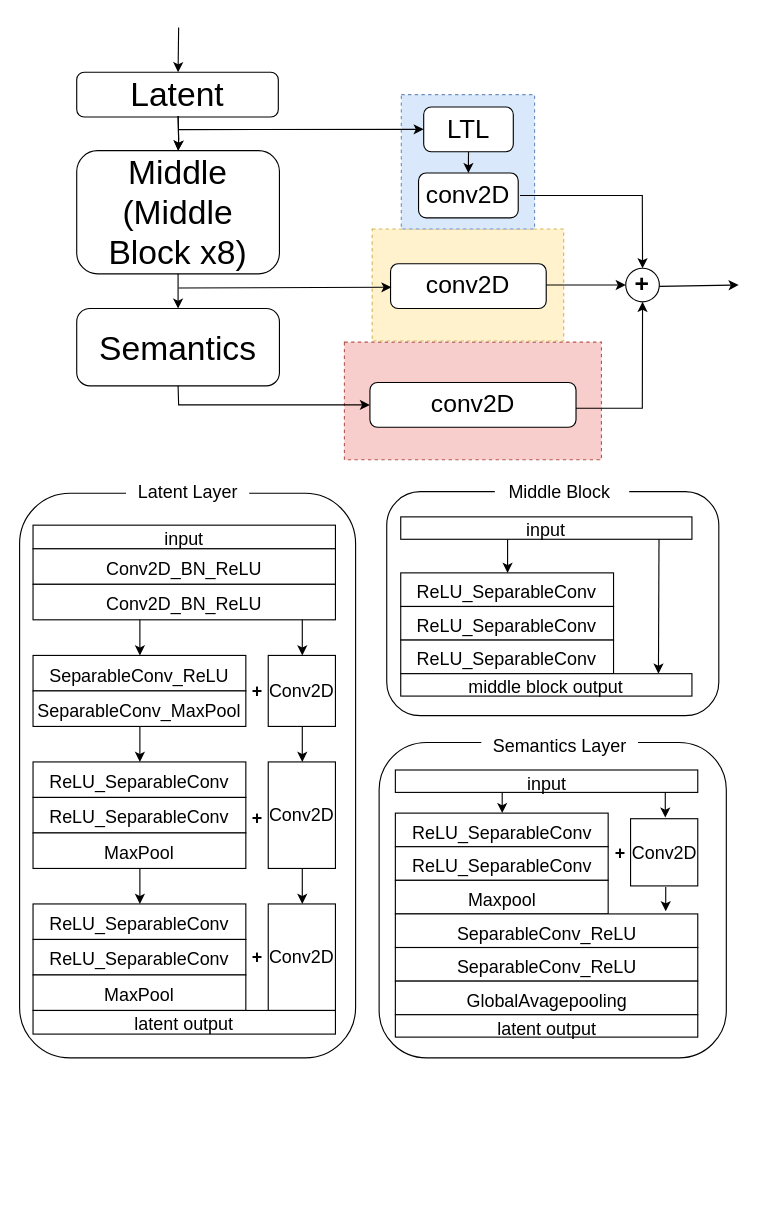
Above: model_arch.drawio in Dshdarkness/Timporal_is_all_U_need (draw.io), before the change. Source tidied: cells renumbered, new cells numbered last; positions are measured from the earlier drawing's top-left corner, leaving out a move shared by most shapes. Both pictures are drawn from the tidied source at 112%, with x=0, y=0 at pixel (19, 27).
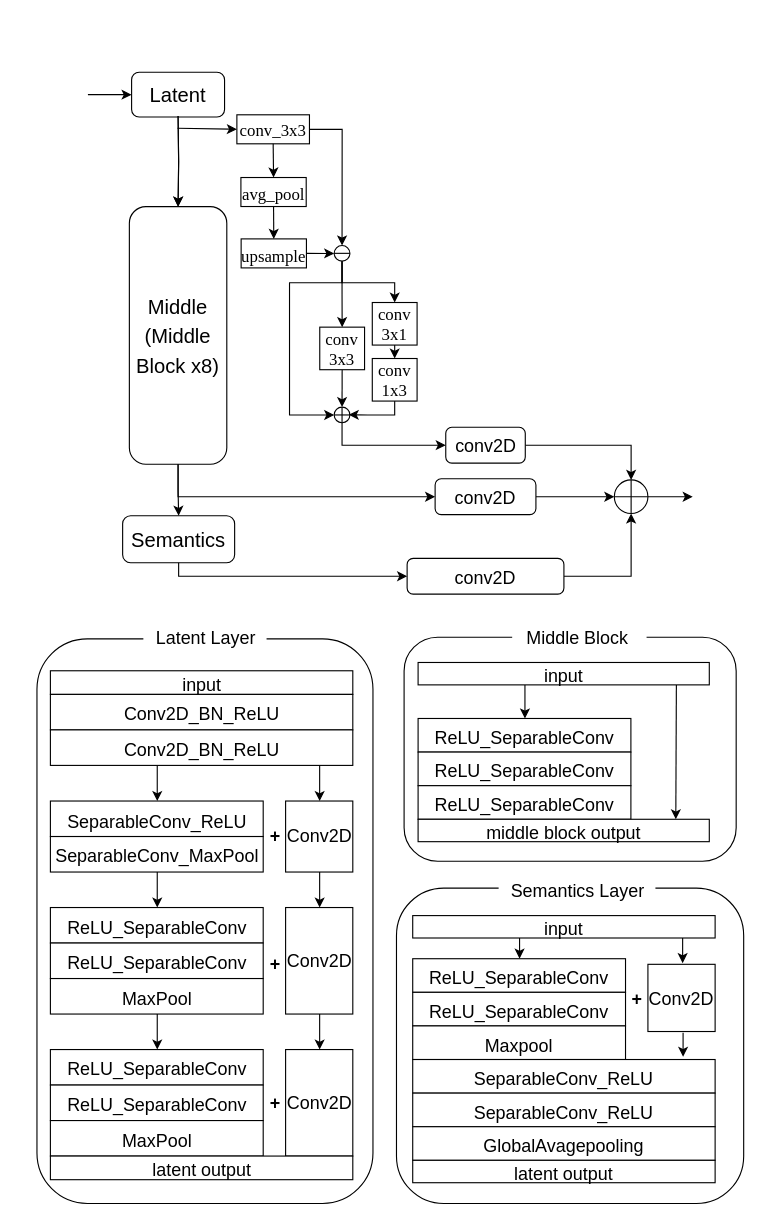
The same page after the edit.

Diff of the diagram source:
```diff
@@
-    <mxCell id="2" style="rounded=0;whiteSpace=wrap;html=1;fontSize=20;fillColor=#f8cecc;dashed=1;strokeColor=#b85450;" parent="1" vertex="1">
-      <mxGeometry x="290" y="281" width="229.5" height="105" as="geometry" />
-    </mxCell>
-    <mxCell id="3" style="rounded=0;whiteSpace=wrap;html=1;fontSize=20;fillColor=#fff2cc;dashed=1;strokeColor=#d6b656;" parent="1" vertex="1">
-      <mxGeometry x="314.8" y="180" width="171" height="100" as="geometry" />
-    </mxCell>
-    <mxCell id="4" style="rounded=0;whiteSpace=wrap;html=1;fontSize=20;fillColor=#dae8fc;dashed=1;strokeColor=#6c8ebf;" parent="1" vertex="1">
-      <mxGeometry x="340.8" y="60" width="119" height="120" as="geometry" />
-    </mxCell>
+    <mxCell id="78" style="edgeStyle=orthogonalEdgeStyle;rounded=0;jettySize=auto;html=1;exitX=0.5;exitY=1;exitDx=0;exitDy=0;entryX=0.5;entryY=0;entryDx=0;entryDy=0;fontSize=28;" parent="1" edge="1" source="80" target="95">
+      <mxGeometry relative="1" as="geometry">
+        <Array as="points">
+          <mxPoint x="288" y="228" />
+          <mxPoint x="335" y="228" />
+        </Array>
+      </mxGeometry>
+    </mxCell>
+    <mxCell id="79" style="edgeStyle=orthogonalEdgeStyle;rounded=0;jettySize=auto;html=1;exitX=0.5;exitY=1;exitDx=0;exitDy=0;entryX=0;entryY=0.5;entryDx=0;entryDy=0;fontSize=28;" parent="1" edge="1" source="80" target="101">
+      <mxGeometry relative="1" as="geometry">
+        <Array as="points">
+          <mxPoint x="288" y="228" />
+          <mxPoint x="241" y="228" />
+          <mxPoint x="241" y="346" />
+        </Array>
+      </mxGeometry>
+    </mxCell>
+    <mxCell id="80" style="ellipse;whiteSpace=wrap;html=1;labelBackgroundColor=none;fontFamily=Times New Roman;fontSize=20;fillColor=none;gradientColor=none;" parent="1" vertex="1">
+      <mxGeometry x="280.9" y="194.7" width="14" height="14" as="geometry" />
+    </mxCell>
+    <mxCell id="81" style="endArrow=classic;html=1;rounded=0;fontFamily=Times New Roman;fontSize=20;exitX=1;exitY=0.5;exitDx=0;exitDy=0;entryX=0.5;entryY=0;entryDx=0;entryDy=0;" parent="1" edge="1" target="80">
+      <mxGeometry relative="1" as="geometry">
+        <mxPoint x="253.8" y="91" as="sourcePoint" />
+        <Array as="points">
+          <mxPoint x="288" y="91" />
+        </Array>
+      </mxGeometry>
+    </mxCell>
@@
+    <mxCell id="9" style="edgeStyle=orthogonalEdgeStyle;rounded=0;jettySize=auto;html=1;exitX=0.5;exitY=1;exitDx=0;exitDy=0;entryX=0.5;entryY=0;entryDx=0;entryDy=0;fontSize=20;" parent="1" edge="1" source="7" target="8">
+      <mxGeometry relative="1" as="geometry" />
+    </mxCell>
+    <mxCell id="82" style="edgeStyle=orthogonalEdgeStyle;rounded=0;jettySize=auto;html=1;exitX=0.5;exitY=1;exitDx=0;exitDy=0;entryX=0;entryY=0.5;entryDx=0;entryDy=0;fontSize=16;" parent="1" edge="1" source="7" target="13">
+      <mxGeometry relative="1" as="geometry" />
+    </mxCell>
-    <mxCell id="7" value="&lt;font style=&quot;font-size: 30px;&quot;&gt;&lt;span style=&quot;&quot;&gt;Middle&lt;/span&gt;&lt;br&gt;&lt;font style=&quot;font-size: 30px;&quot;&gt;(Middle Block x8)&lt;/font&gt;&lt;br&gt;&lt;/font&gt;" style="rounded=1;whiteSpace=wrap;html=1;fontSize=22;strokeColor=default;fillColor=none;arcSize=17;" parent="1" vertex="1">
-      <mxGeometry x="51" y="110" width="181" height="110" as="geometry" />
+    <mxCell id="7" value="&lt;font style=&quot;font-size: 18px;&quot;&gt;&lt;span style=&quot;&quot;&gt;Middle&lt;/span&gt;&lt;br&gt;&lt;font style=&quot;font-size: 18px;&quot;&gt;(Middle Block x8)&lt;/font&gt;&lt;br&gt;&lt;/font&gt;" style="rounded=1;whiteSpace=wrap;html=1;fontSize=22;strokeColor=default;fillColor=none;arcSize=17;" parent="1" vertex="1">
+      <mxGeometry x="98" y="160" width="87" height="230" as="geometry" />
     </mxCell>
+    <mxCell id="70" style="edgeStyle=orthogonalEdgeStyle;rounded=0;jettySize=auto;html=1;exitX=0.5;exitY=1;exitDx=0;exitDy=0;entryX=0;entryY=0.5;entryDx=0;entryDy=0;fontSize=16;" parent="1" edge="1" source="8" target="14">
+      <mxGeometry relative="1" as="geometry">
+        <Array as="points">
+          <mxPoint x="142" y="490" />
+        </Array>
+      </mxGeometry>
+    </mxCell>
-    <mxCell id="8" value="&lt;font style=&quot;font-size: 30px;&quot;&gt;Semantics&lt;/font&gt;" style="rounded=1;whiteSpace=wrap;html=1;fontSize=22;strokeColor=default;fillColor=none;arcSize=17;" parent="1" vertex="1">
-      <mxGeometry x="51" y="251" width="181" height="69" as="geometry" />
+    <mxCell id="8" value="&lt;font style=&quot;font-size: 18px;&quot;&gt;Semantics&lt;/font&gt;" style="rounded=1;whiteSpace=wrap;html=1;fontSize=22;strokeColor=default;fillColor=none;arcSize=17;" parent="1" vertex="1">
+      <mxGeometry x="92" y="436" width="100" height="42" as="geometry" />
     </mxCell>
-    <mxCell id="9" style="endArrow=classic;html=1;rounded=0;fontSize=20;exitX=0.5;exitY=1;exitDx=0;exitDy=0;entryX=0.5;entryY=0;entryDx=0;entryDy=0;" parent="1" edge="1" source="7" target="8">
-      <mxGeometry relative="1" as="geometry" />
-    </mxCell>
-    <mxCell id="10" value="&lt;font style=&quot;font-size: 23px;&quot;&gt;LTL&lt;/font&gt;" style="rounded=1;whiteSpace=wrap;html=1;fontSize=22;strokeColor=default;fillColor=white;arcSize=17;" parent="1" vertex="1">
-      <mxGeometry x="360.8" y="71" width="80" height="40" as="geometry" />
-    </mxCell>
+    <mxCell id="83" style="edgeStyle=orthogonalEdgeStyle;rounded=0;jettySize=auto;html=1;exitX=1;exitY=0.5;exitDx=0;exitDy=0;entryX=0.5;entryY=0;entryDx=0;entryDy=0;fontSize=16;" parent="1" edge="1" source="11" target="105">
+      <mxGeometry relative="1" as="geometry" />
+    </mxCell>
-    <mxCell id="11" value="&lt;font style=&quot;font-size: 22px;&quot;&gt;conv2D&lt;/font&gt;" style="rounded=1;whiteSpace=wrap;html=1;fontSize=22;strokeColor=default;fillColor=white;arcSize=17;" parent="1" vertex="1">
-      <mxGeometry x="356.2" y="130" width="89" height="40" as="geometry" />
+    <mxCell id="11" value="&lt;font style=&quot;font-size: 16px;&quot;&gt;conv2D&lt;/font&gt;" style="rounded=1;whiteSpace=wrap;html=1;fontSize=22;strokeColor=default;fillColor=white;arcSize=17;" parent="1" vertex="1">
+      <mxGeometry x="380.5" y="357" width="71" height="32" as="geometry" />
     </mxCell>
-    <mxCell id="12" style="endArrow=classic;html=1;rounded=0;fontSize=20;entryX=0.5;entryY=0;entryDx=0;entryDy=0;" parent="1" edge="1" target="11">
-      <mxGeometry relative="1" as="geometry">
-        <mxPoint x="400.8" y="111" as="sourcePoint" />
-      </mxGeometry>
-    </mxCell>
+    <mxCell id="84" style="edgeStyle=orthogonalEdgeStyle;rounded=0;jettySize=auto;html=1;exitX=1;exitY=0.5;exitDx=0;exitDy=0;entryX=0;entryY=0.5;entryDx=0;entryDy=0;fontSize=16;" parent="1" edge="1" source="13" target="105">
+      <mxGeometry relative="1" as="geometry" />
+    </mxCell>
-    <mxCell id="13" value="&lt;font style=&quot;font-size: 22px;&quot;&gt;conv2D&lt;/font&gt;" style="rounded=1;whiteSpace=wrap;html=1;fontSize=22;strokeColor=default;fillColor=white;arcSize=17;" parent="1" vertex="1">
-      <mxGeometry x="331.2" y="211" width="139" height="40" as="geometry" />
+    <mxCell id="13" value="&lt;font style=&quot;font-size: 16px;&quot;&gt;conv2D&lt;/font&gt;" style="rounded=1;whiteSpace=wrap;html=1;fontSize=22;strokeColor=default;fillColor=white;arcSize=17;align=center;" parent="1" vertex="1">
+      <mxGeometry x="371" y="403" width="90" height="32" as="geometry" />
     </mxCell>
+    <mxCell id="85" style="edgeStyle=orthogonalEdgeStyle;rounded=0;jettySize=auto;html=1;exitX=1;exitY=0.5;exitDx=0;exitDy=0;entryX=0.5;entryY=1;entryDx=0;entryDy=0;fontSize=16;" parent="1" edge="1" source="14" target="105">
+      <mxGeometry relative="1" as="geometry" />
+    </mxCell>
-    <mxCell id="14" value="&lt;font style=&quot;font-size: 22px;&quot;&gt;conv2D&lt;/font&gt;" style="rounded=1;whiteSpace=wrap;html=1;fontSize=22;strokeColor=default;fillColor=white;arcSize=17;" parent="1" vertex="1">
-      <mxGeometry x="312.8" y="317" width="184" height="40" as="geometry" />
+    <mxCell id="14" value="&lt;font style=&quot;font-size: 16px;&quot;&gt;conv2D&lt;/font&gt;" style="rounded=1;whiteSpace=wrap;html=1;fontSize=22;strokeColor=default;fillColor=white;arcSize=17;" parent="1" vertex="1">
+      <mxGeometry x="346" y="474" width="140" height="32" as="geometry" />
     </mxCell>
+    <mxCell id="71" style="endArrow=classic;html=1;rounded=0;fontSize=22;entryX=0;entryY=0.5;entryDx=0;entryDy=0;" parent="1" edge="1" target="77">
+      <mxGeometry relative="1" as="geometry">
+        <mxPoint x="61" y="60" as="sourcePoint" />
+      </mxGeometry>
+    </mxCell>
+    <mxCell id="77" value="&lt;font style=&quot;font-size: 18px;&quot;&gt;Latent&lt;/font&gt;" style="rounded=1;whiteSpace=wrap;html=1;fontSize=22;strokeColor=default;fillColor=none;arcSize=17;" parent="1" vertex="1">
+      <mxGeometry x="100" y="40" width="83" height="40" as="geometry" />
+    </mxCell>
+    <mxCell id="86" style="group;" parent="1" vertex="1">
+      <mxGeometry x="15.5" y="530" width="631" height="520" as="geometry" />
+    </mxCell>
-    <mxCell id="15" style="group;" parent="1" vertex="1">
-      <mxGeometry y="400" width="300" height="520" as="geometry" />
+    <mxCell id="15" style="group;" parent="86" vertex="1">
+      <mxGeometry width="300" height="520" as="geometry" />
     </mxCell>
@@
-    <mxCell id="42" style="group;" parent="1" vertex="1">
-      <mxGeometry x="327.8" y="400" width="296.5" height="214.5" as="geometry" />
+    <mxCell id="42" style="group;" parent="86" vertex="1">
+      <mxGeometry x="327.8" width="296.5" height="214.5" as="geometry" />
     </mxCell>
@@
-    <mxCell id="52" style="group;" parent="1" vertex="1">
-      <mxGeometry x="321" y="626" width="310" height="294" as="geometry" />
+    <mxCell id="52" style="group;" parent="86" vertex="1">
+      <mxGeometry x="321" y="226" width="310" height="294" as="geometry" />
     </mxCell>
@@
-    <mxCell id="68" style="endArrow=classic;html=1;rounded=0;fontSize=30;entryX=0;entryY=0.5;entryDx=0;entryDy=0;" parent="1" edge="1" target="10">
-      <mxGeometry relative="1" as="geometry">
-        <mxPoint x="142" y="91.2" as="sourcePoint" />
-      </mxGeometry>
-    </mxCell>
-    <mxCell id="69" style="endArrow=classic;html=1;rounded=0;fontSize=30;" parent="1" edge="1">
-      <mxGeometry relative="1" as="geometry">
-        <mxPoint x="142" y="232.6" as="sourcePoint" />
-        <mxPoint x="332" y="232" as="targetPoint" />
-      </mxGeometry>
-    </mxCell>
-    <mxCell id="70" style="endArrow=classic;html=1;rounded=0;fontSize=30;exitX=0.5;exitY=1;exitDx=0;exitDy=0;entryX=0;entryY=0.5;entryDx=0;entryDy=0;" parent="1" edge="1" source="8" target="14">
-      <mxGeometry relative="1" as="geometry">
-        <Array as="points">
-          <mxPoint x="142" y="337" />
-        </Array>
-      </mxGeometry>
-    </mxCell>
-    <mxCell id="71" style="endArrow=classic;html=1;rounded=0;fontSize=22;entryX=0.5;entryY=0;entryDx=0;entryDy=0;" parent="1" edge="1">
-      <mxGeometry relative="1" as="geometry">
-        <mxPoint x="142" as="sourcePoint" />
-        <mxPoint x="141.5" y="40" as="targetPoint" />
-      </mxGeometry>
-    </mxCell>
-    <mxCell id="72" style="endArrow=classic;html=1;rounded=0;fontSize=22;entryX=0.5;entryY=0;entryDx=0;entryDy=0;" parent="1" edge="1" target="74">
-      <mxGeometry relative="1" as="geometry">
-        <mxPoint x="446.8" y="150" as="sourcePoint" />
-        <Array as="points">
-          <mxPoint x="556" y="150" />
-        </Array>
-      </mxGeometry>
-    </mxCell>
-    <mxCell id="73" style="endArrow=classic;html=1;rounded=0;fontSize=22;entryX=0;entryY=0.5;entryDx=0;entryDy=0;" parent="1" edge="1" target="74">
-      <mxGeometry relative="1" as="geometry">
-        <mxPoint x="470.2" y="230" as="sourcePoint" />
-      </mxGeometry>
-    </mxCell>
-    <mxCell id="74" value="&lt;b&gt;+&lt;/b&gt;" style="ellipse;whiteSpace=wrap;html=1;fontSize=22;fillColor=none;strokeColor=default;" parent="1" vertex="1">
-      <mxGeometry x="541.2" y="215" width="30" height="30" as="geometry" />
-    </mxCell>
-    <mxCell id="75" style="endArrow=classic;html=1;rounded=0;fontSize=22;entryX=0.5;entryY=1;entryDx=0;entryDy=0;" parent="1" edge="1" target="74">
-      <mxGeometry relative="1" as="geometry">
-        <mxPoint x="496.8" y="340" as="sourcePoint" />
-        <Array as="points">
-          <mxPoint x="556" y="340" />
-        </Array>
-      </mxGeometry>
-    </mxCell>
-    <mxCell id="76" style="endArrow=classic;html=1;rounded=0;fontSize=22;" parent="1" edge="1">
-      <mxGeometry relative="1" as="geometry">
-        <mxPoint x="571.2" y="231.2" as="sourcePoint" />
-        <mxPoint x="642" y="230" as="targetPoint" />
-      </mxGeometry>
-    </mxCell>
-    <mxCell id="77" value="&lt;span style=&quot;font-size: 30px;&quot;&gt;Latent&lt;/span&gt;" style="rounded=1;whiteSpace=wrap;html=1;fontSize=22;strokeColor=default;fillColor=none;arcSize=17;" parent="1" vertex="1">
-      <mxGeometry x="51" y="40" width="180" height="40" as="geometry" />
-    </mxCell>
+    <mxCell id="87" value="&lt;font style=&quot;&quot; face=&quot;Times New Roman&quot;&gt;&lt;font style=&quot;font-size: 15px;&quot;&gt;conv_3x3&lt;/font&gt;&lt;br&gt;&lt;/font&gt;" style="rounded=0;whiteSpace=wrap;html=1;" parent="1" vertex="1">
+      <mxGeometry x="194" y="78" width="64.8" height="25.9" as="geometry" />
+    </mxCell>
+    <mxCell id="88" style="endArrow=classic;html=1;rounded=0;entryX=0.5;entryY=0;entryDx=0;entryDy=0;exitX=0.5;exitY=1;exitDx=0;exitDy=0;" parent="1" edge="1" source="87" target="90">
+      <mxGeometry relative="1" as="geometry" />
+    </mxCell>
+    <mxCell id="89" style="edgeStyle=orthogonalEdgeStyle;rounded=0;jettySize=auto;html=1;exitX=0.5;exitY=1;exitDx=0;exitDy=0;entryX=0.5;entryY=0;entryDx=0;entryDy=0;fontSize=28;" parent="1" edge="1" source="90" target="92">
+      <mxGeometry relative="1" as="geometry" />
+    </mxCell>
+    <mxCell id="90" value="&lt;font style=&quot;font-size: 15px;&quot;&gt;avg_pool&lt;/font&gt;" style="rounded=0;whiteSpace=wrap;html=1;fontFamily=Times New Roman;fontSize=20;" parent="1" vertex="1">
+      <mxGeometry x="197.6" y="134" width="58.3" height="25.9" as="geometry" />
+    </mxCell>
+    <mxCell id="91" style="edgeStyle=orthogonalEdgeStyle;rounded=0;jettySize=auto;html=1;exitX=1;exitY=0.5;exitDx=0;exitDy=0;entryX=0;entryY=0.5;entryDx=0;entryDy=0;fontSize=15;" parent="1" edge="1" source="92" target="80">
+      <mxGeometry relative="1" as="geometry" />
+    </mxCell>
+    <mxCell id="92" value="&lt;font style=&quot;font-size: 15px;&quot;&gt;upsample&lt;/font&gt;" style="rounded=0;whiteSpace=wrap;html=1;fontFamily=Times New Roman;fontSize=20;" parent="1" vertex="1">
+      <mxGeometry x="197.8" y="188.8" width="58.3" height="25.9" as="geometry" />
+    </mxCell>
+    <mxCell id="93" style="edgeStyle=orthogonalEdgeStyle;rounded=0;jettySize=auto;html=1;exitX=0.5;exitY=1;exitDx=0;exitDy=0;entryX=0.5;entryY=0;entryDx=0;entryDy=0;fontSize=15;" parent="1" edge="1" source="80" target="99">
+      <mxGeometry relative="1" as="geometry" />
+    </mxCell>
+    <mxCell id="94" style="edgeStyle=orthogonalEdgeStyle;rounded=0;jettySize=auto;html=1;exitX=0.5;exitY=1;exitDx=0;exitDy=0;entryX=0.5;entryY=0;entryDx=0;entryDy=0;fontSize=15;" parent="1" edge="1" source="95" target="97">
+      <mxGeometry relative="1" as="geometry" />
+    </mxCell>
+    <mxCell id="95" value="&lt;font style=&quot;&quot; face=&quot;Times New Roman&quot;&gt;&lt;font style=&quot;font-size: 15px;&quot;&gt;conv&lt;br&gt;3x1&lt;/font&gt;&lt;br&gt;&lt;/font&gt;" style="rounded=0;whiteSpace=wrap;html=1;" parent="1" vertex="1">
+      <mxGeometry x="314.9" y="245.6" width="40" height="38" as="geometry" />
+    </mxCell>
+    <mxCell id="96" style="edgeStyle=orthogonalEdgeStyle;rounded=0;jettySize=auto;html=1;exitX=0.5;exitY=1;exitDx=0;exitDy=0;entryX=0.926;entryY=0.491;entryDx=0;entryDy=0;entryPerimeter=0;fontSize=28;" parent="1" edge="1" source="97" target="101">
+      <mxGeometry relative="1" as="geometry">
+        <Array as="points">
+          <mxPoint x="335" y="346" />
+          <mxPoint x="311" y="346" />
+        </Array>
+      </mxGeometry>
+    </mxCell>
+    <mxCell id="97" value="&lt;font style=&quot;&quot; face=&quot;Times New Roman&quot;&gt;&lt;font style=&quot;font-size: 15px;&quot;&gt;conv&lt;br&gt;1x3&lt;/font&gt;&lt;br&gt;&lt;/font&gt;" style="rounded=0;whiteSpace=wrap;html=1;" parent="1" vertex="1">
+      <mxGeometry x="314.9" y="295.6" width="40" height="38" as="geometry" />
+    </mxCell>
+    <mxCell id="98" style="edgeStyle=orthogonalEdgeStyle;rounded=0;jettySize=auto;html=1;exitX=0.5;exitY=1;exitDx=0;exitDy=0;entryX=0.5;entryY=0;entryDx=0;entryDy=0;fontSize=28;" parent="1" edge="1" source="99" target="101">
+      <mxGeometry relative="1" as="geometry" />
+    </mxCell>
+    <mxCell id="99" value="&lt;font style=&quot;&quot; face=&quot;Times New Roman&quot;&gt;&lt;font style=&quot;font-size: 15px;&quot;&gt;conv&lt;br&gt;3x3&lt;/font&gt;&lt;br&gt;&lt;/font&gt;" style="rounded=0;whiteSpace=wrap;html=1;" parent="1" vertex="1">
+      <mxGeometry x="268" y="267.6" width="40" height="38" as="geometry" />
+    </mxCell>
+    <mxCell id="100" style="edgeStyle=orthogonalEdgeStyle;rounded=0;jettySize=auto;html=1;exitX=0.5;exitY=1;exitDx=0;exitDy=0;entryX=0;entryY=0.5;entryDx=0;entryDy=0;fontSize=16;" parent="1" edge="1" source="101" target="11">
+      <mxGeometry relative="1" as="geometry" />
+    </mxCell>
+    <mxCell id="101" style="shape=orEllipse;perimeter=ellipsePerimeter;whiteSpace=wrap;html=1;backgroundOutline=1;fontSize=15;strokeColor=default;strokeWidth=1;fillColor=none;" parent="1" vertex="1">
+      <mxGeometry x="280.9" y="339" width="14" height="14" as="geometry" />
+    </mxCell>
+    <mxCell id="102" style="endArrow=none;html=1;rounded=0;fontSize=28;exitX=0;exitY=0.5;exitDx=0;exitDy=0;entryX=1;entryY=0.5;entryDx=0;entryDy=0;" parent="1" edge="1" source="80" target="80">
+      <mxGeometry relative="1" as="geometry" />
+    </mxCell>
+    <mxCell id="103" style="endArrow=classic;html=1;rounded=0;fontSize=28;entryX=0;entryY=0.5;entryDx=0;entryDy=0;" parent="1" edge="1" target="87">
+      <mxGeometry relative="1" as="geometry">
+        <mxPoint x="141" y="90" as="sourcePoint" />
+      </mxGeometry>
+    </mxCell>
+    <mxCell id="104" style="edgeStyle=orthogonalEdgeStyle;rounded=0;jettySize=auto;html=1;exitX=1;exitY=0.5;exitDx=0;exitDy=0;fontSize=16;" parent="1" edge="1" source="105">
+      <mxGeometry relative="1" as="geometry">
+        <mxPoint x="601" y="419" as="targetPoint" />
+      </mxGeometry>
+    </mxCell>
+    <mxCell id="105" style="shape=orEllipse;perimeter=ellipsePerimeter;whiteSpace=wrap;html=1;backgroundOutline=1;fontSize=28;strokeColor=default;strokeWidth=1;fillColor=none;" parent="1" vertex="1">
+      <mxGeometry x="531" y="404" width="30" height="30" as="geometry" />
+    </mxCell>
```
